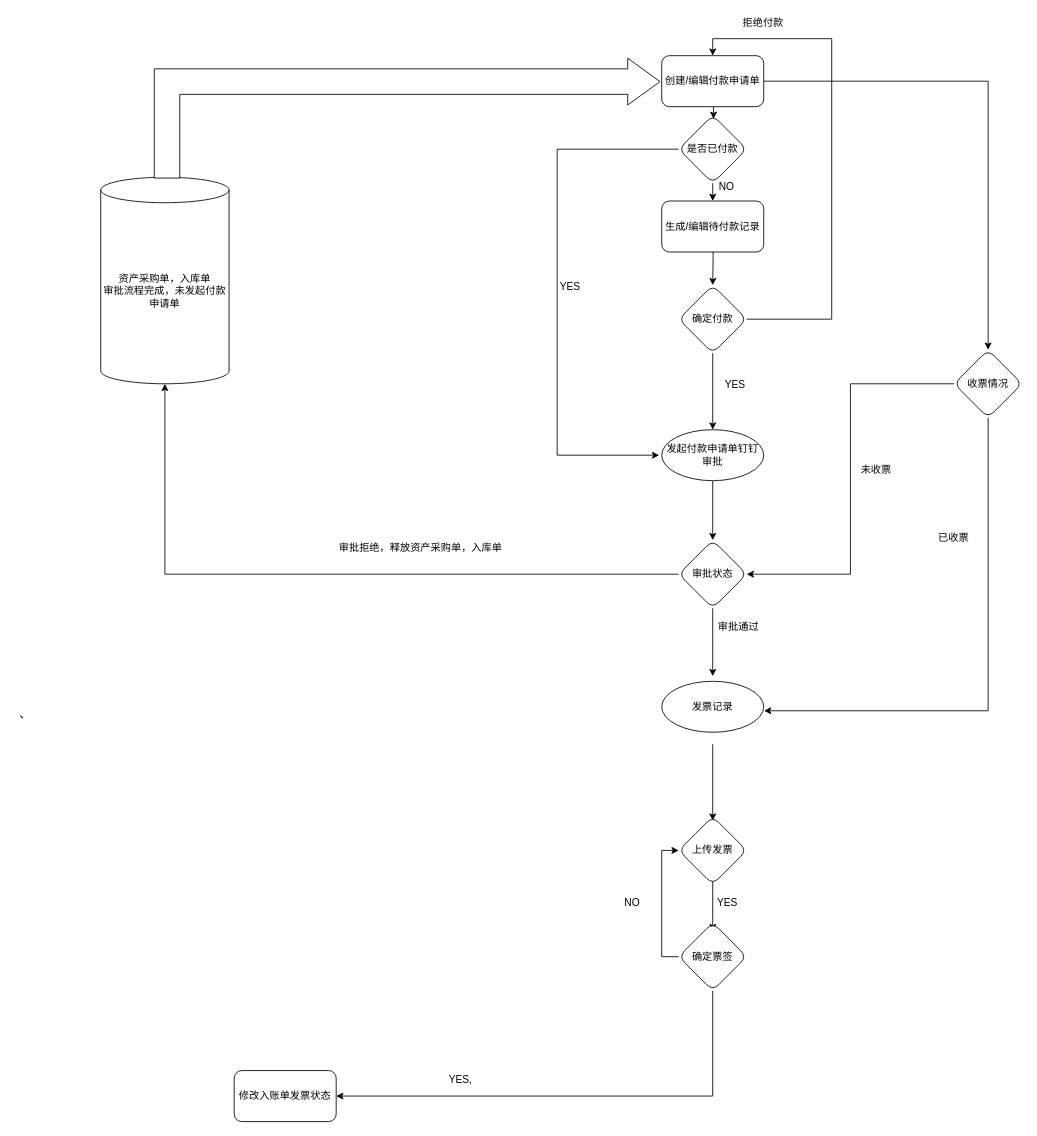
Before: Untitled Diagram.drawio in xuyexiong/aitbot, a draw.io diagram. Source tidied: cells renumbered, new cells numbered last; positions are measured from the earlier drawing's top-left corner, leaving out a move shared by most shapes. Both pictures are drawn from the tidied source at 85%, with x=0, y=0 at pixel (14, 14).
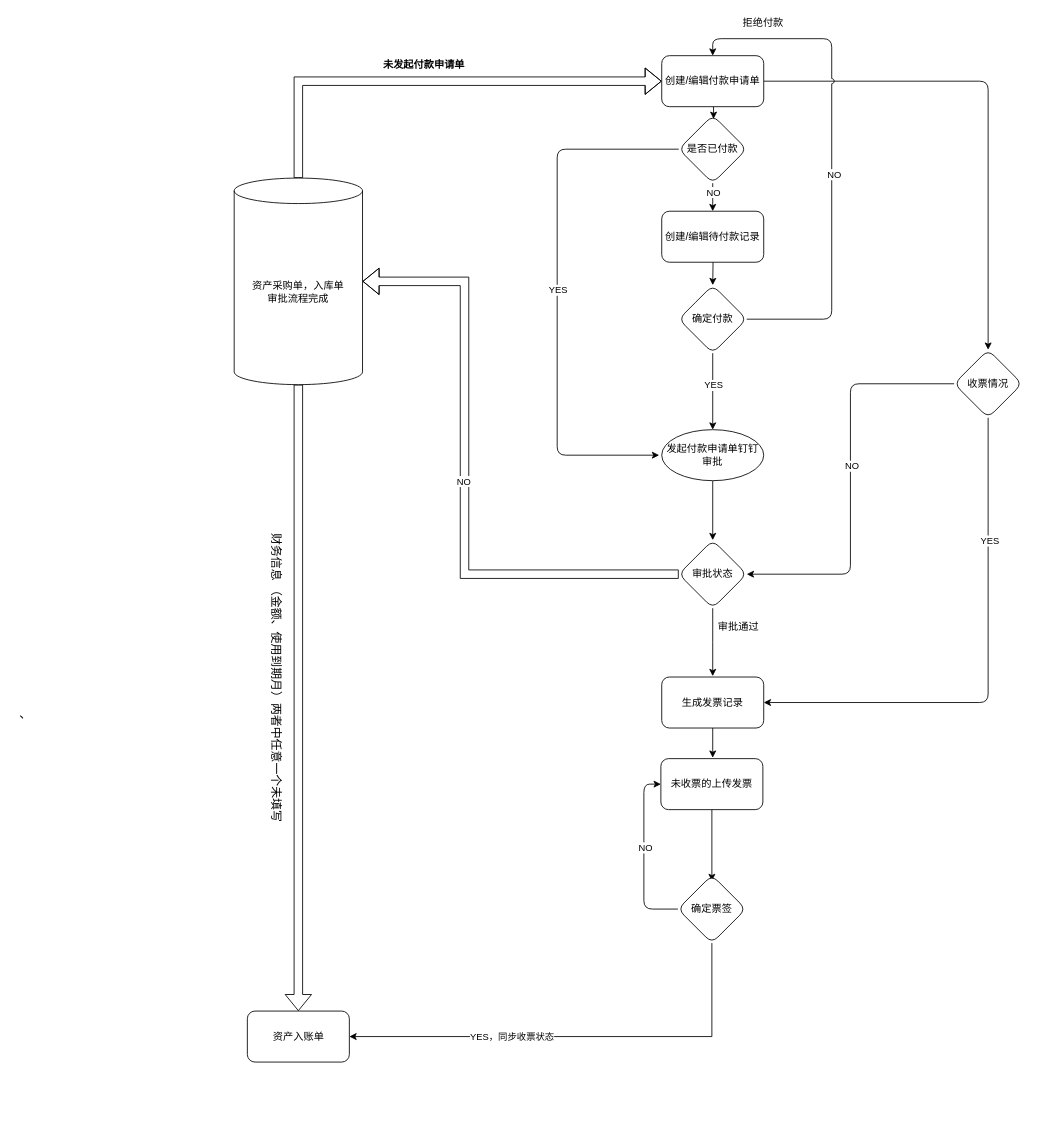
Above is the later version.

The change refers to these unchanged cells:
```xml
<mxCell id="5" value="创建/编辑付款申请单" style="rounded=1;whiteSpace=wrap;html=1;" parent="1" vertex="1">
  <mxGeometry x="761" y="48" width="120" height="60" as="geometry" />
</mxCell>
<mxCell id="7" style="edgeStyle=orthogonalEdgeStyle;rounded=0;jettySize=auto;html=1;" parent="1" edge="1" source="9" target="11">
  <mxGeometry relative="1" as="geometry" />
</mxCell>
<mxCell id="9" value="确定付款" style="rhombus;whiteSpace=wrap;html=1;rounded=1;" parent="1" vertex="1">
  <mxGeometry x="781" y="318" width="80" height="80" as="geometry" />
</mxCell>
<mxCell id="14" value="审批状态" style="rhombus;whiteSpace=wrap;html=1;rounded=1;" parent="1" vertex="1">
  <mxGeometry x="781" y="618" width="80" height="80" as="geometry" />
</mxCell>
<mxCell id="23" value="收票情况" style="rhombus;whiteSpace=wrap;html=1;rounded=1;" parent="1" vertex="1">
  <mxGeometry x="1105" y="394" width="80" height="80" as="geometry" />
</mxCell>
<mxCell id="28" style="edgeStyle=orthogonalEdgeStyle;rounded=0;jettySize=auto;html=1;exitX=0.5;exitY=1;exitDx=0;exitDy=0;entryX=1;entryY=0.5;entryDx=0;entryDy=0;" parent="1" edge="1" source="30" target="40">
  <mxGeometry relative="1" as="geometry" />
</mxCell>
<mxCell id="35" style="edgeStyle=orthogonalEdgeStyle;rounded=0;jettySize=auto;html=1;exitX=0.5;exitY=1;exitDx=0;exitDy=0;entryX=0.5;entryY=0;entryDx=0;entryDy=0;" parent="1" edge="1" source="37" target="32">
  <mxGeometry relative="1" as="geometry" />
</mxCell>
<mxCell id="37" value="是否已付款" style="rhombus;whiteSpace=wrap;html=1;rounded=1;" parent="1" vertex="1">
  <mxGeometry x="781" y="118" width="80" height="80" as="geometry" />
</mxCell>
```

What changed in the source:
```diff
@@
+    <mxCell id="43" style="edgeStyle=orthogonalEdgeStyle;rounded=0;jettySize=auto;html=1;exitX=0.5;exitY=0;exitDx=0;exitDy=0;exitPerimeter=0;entryX=0;entryY=0.5;entryDx=0;entryDy=0;shape=flexArrow;" parent="1" edge="1" source="2" target="5">
+      <mxGeometry relative="1" as="geometry" />
+    </mxCell>
+    <mxCell id="44" value="&lt;span style=&quot;font-size: 12px&quot;&gt;&lt;b&gt;未发起付款申请单&lt;/b&gt;&lt;/span&gt;" style="edgeLabel;html=1;align=center;verticalAlign=middle;" parent="43" vertex="1">
+      <mxGeometry x="-0.1" y="-2" relative="1" as="geometry">
+        <mxPoint x="17" y="-22" as="offset" />
+      </mxGeometry>
+    </mxCell>
+    <mxCell id="45" style="edgeStyle=orthogonalEdgeStyle;rounded=1;jumpStyle=arc;jettySize=auto;html=1;exitX=0.5;exitY=1;exitDx=0;exitDy=0;exitPerimeter=0;fillColor=none;entryX=0.5;entryY=0;entryDx=0;entryDy=0;shape=flexArrow;" parent="1" edge="1" source="2" target="40">
+      <mxGeometry relative="1" as="geometry" />
+    </mxCell>
+    <mxCell id="46" value="&lt;span style=&quot;font-family: &amp;#34;pingfangsc&amp;#34; , &amp;#34;蘋方-簡 標準體&amp;#34; , , sans-serif ; font-size: 14px ; text-align: left&quot;&gt;财务信息 （金额、使用到期月）两者中任意一个未填写&lt;/span&gt;" style="edgeLabel;html=1;align=center;verticalAlign=middle;rotation=90;" parent="45" vertex="1">
+      <mxGeometry x="-0.35" y="-5" relative="1" as="geometry">
+        <mxPoint x="-20" y="104" as="offset" />
+      </mxGeometry>
+    </mxCell>
-    <mxCell id="2" value="资产采购单，入库单&lt;br&gt;审批流程完成，未发起付款申请单" style="shape=cylinder3;whiteSpace=wrap;html=1;boundedLbl=1;backgroundOutline=1;size=15;" parent="1" vertex="1">
-      <mxGeometry x="101" y="191" width="151" height="243" as="geometry" />
+    <mxCell id="2" value="资产采购单，入库单&lt;br&gt;审批流程完成" style="shape=cylinder3;whiteSpace=wrap;html=1;boundedLbl=1;backgroundOutline=1;size=15;" parent="1" vertex="1">
+      <mxGeometry x="258" y="192" width="151" height="243" as="geometry" />
     </mxCell>
-    <mxCell id="3" style="edgeStyle=orthogonalEdgeStyle;rounded=0;jettySize=auto;html=1;" parent="1" edge="1" source="5" target="23">
+    <mxCell id="3" style="edgeStyle=orthogonalEdgeStyle;jettySize=auto;html=1;rounded=1;" parent="1" edge="1" source="5" target="23">
       <mxGeometry relative="1" as="geometry" />
     </mxCell>
@@
+    <mxCell id="47" value="YES" style="edgeLabel;html=1;align=center;verticalAlign=middle;" parent="7" vertex="1">
+      <mxGeometry x="-0.22" y="4" relative="1" as="geometry">
+        <mxPoint x="-4" y="2" as="offset" />
+      </mxGeometry>
+    </mxCell>
-    <mxCell id="8" style="edgeStyle=orthogonalEdgeStyle;rounded=0;jettySize=auto;html=1;exitX=1;exitY=0.5;exitDx=0;exitDy=0;entryX=0.5;entryY=0;entryDx=0;entryDy=0;" parent="1" edge="1" source="9" target="5">
+    <mxCell id="8" style="edgeStyle=orthogonalEdgeStyle;rounded=1;jettySize=auto;html=1;exitX=1;exitY=0.5;exitDx=0;exitDy=0;entryX=0.5;entryY=0;entryDx=0;entryDy=0;jumpStyle=arc;" parent="1" edge="1" source="9" target="5">
       <mxGeometry relative="1" as="geometry">
         <Array as="points">
           <mxPoint x="961" y="358" />
           <mxPoint x="961" y="28" />
           <mxPoint x="821" y="28" />
         </Array>
       </mxGeometry>
     </mxCell>
+    <mxCell id="48" value="NO" style="edgeLabel;html=1;align=center;verticalAlign=middle;" parent="8" vertex="1">
+      <mxGeometry x="-0.08" y="-2" relative="1" as="geometry" />
+    </mxCell>
@@
-    <mxCell id="13" style="edgeStyle=orthogonalEdgeStyle;rounded=0;jettySize=auto;html=1;exitX=0;exitY=0.5;exitDx=0;exitDy=0;" parent="1" edge="1" source="14" target="2">
-      <mxGeometry relative="1" as="geometry" />
+    <mxCell id="13" style="edgeStyle=orthogonalEdgeStyle;rounded=0;jettySize=auto;html=1;exitX=0;exitY=0.5;exitDx=0;exitDy=0;shape=flexArrow;entryX=1;entryY=0.5;entryDx=0;entryDy=0;entryPerimeter=0;fillColor=none;" parent="1" edge="1" source="14" target="2">
+      <mxGeometry relative="1" as="geometry">
+        <Array as="points">
+          <mxPoint x="529" y="658" />
+          <mxPoint x="529" y="313" />
+        </Array>
+      </mxGeometry>
     </mxCell>
+    <mxCell id="49" value="NO" style="edgeLabel;html=1;align=center;verticalAlign=middle;" parent="13" vertex="1">
+      <mxGeometry x="0.01" y="2" relative="1" as="geometry" />
+    </mxCell>
@@
-    <mxCell id="15" style="edgeStyle=orthogonalEdgeStyle;rounded=0;orthogonalLoop=1;jettySize=auto;html=1;" parent="1" edge="1">
-      <mxGeometry relative="1" as="geometry">
-        <mxPoint x="821" y="858" as="sourcePoint" />
-        <mxPoint x="821" y="948" as="targetPoint" />
-      </mxGeometry>
-    </mxCell>
-    <mxCell id="16" style="edgeStyle=orthogonalEdgeStyle;rounded=0;orthogonalLoop=1;jettySize=auto;html=1;" parent="1" edge="1">
-      <mxGeometry relative="1" as="geometry">
-        <mxPoint x="821" y="1008" as="sourcePoint" />
-        <mxPoint x="821" y="1078" as="targetPoint" />
-      </mxGeometry>
-    </mxCell>
-    <mxCell id="17" style="html=1;shadow=0;dashed=0;align=center;verticalAlign=middle;shape=mxgraph.arrows2.bendArrow;dy=15;dx=38;notch=0;arrowHead=55;rounded=0;" parent="1" vertex="1">
-      <mxGeometry x="164" y="51" width="595" height="141" as="geometry" />
-    </mxCell>
-    <mxCell id="18" value="审批拒绝，释放资产采购单，入库单" style="text;html=1;align=center;verticalAlign=middle;strokeColor=none;fillColor=none;" parent="1" vertex="1">
-      <mxGeometry x="376" y="618" width="202" height="18" as="geometry" />
-    </mxCell>
@@
-    <mxCell id="20" value="发票记录" style="ellipse;whiteSpace=wrap;html=1;rounded=1;" parent="1" vertex="1">
-      <mxGeometry x="761" y="784" width="120" height="60" as="geometry" />
-    </mxCell>
-    <mxCell id="21" style="edgeStyle=orthogonalEdgeStyle;rounded=0;jettySize=auto;html=1;exitX=0.5;exitY=1;exitDx=0;exitDy=0;entryX=1.003;entryY=0.578;entryDx=0;entryDy=0;entryPerimeter=0;" parent="1" edge="1" source="23" target="20">
+    <mxCell id="21" style="edgeStyle=orthogonalEdgeStyle;rounded=1;jettySize=auto;html=1;exitX=0.5;exitY=1;exitDx=0;exitDy=0;entryX=1;entryY=0.5;entryDx=0;entryDy=0;" parent="1" edge="1" source="23" target="58">
       <mxGeometry relative="1" as="geometry" />
     </mxCell>
+    <mxCell id="50" value="YES" style="edgeLabel;html=1;align=center;verticalAlign=middle;" parent="21" vertex="1">
+      <mxGeometry x="-0.52" y="1" relative="1" as="geometry" />
+    </mxCell>
-    <mxCell id="22" style="edgeStyle=orthogonalEdgeStyle;rounded=0;jettySize=auto;html=1;exitX=0;exitY=0.5;exitDx=0;exitDy=0;entryX=1;entryY=0.5;entryDx=0;entryDy=0;" parent="1" edge="1" source="23" target="14">
+    <mxCell id="22" style="edgeStyle=orthogonalEdgeStyle;rounded=1;jettySize=auto;html=1;exitX=0;exitY=0.5;exitDx=0;exitDy=0;entryX=1;entryY=0.5;entryDx=0;entryDy=0;" parent="1" edge="1" source="23" target="14">
       <mxGeometry relative="1" as="geometry" />
     </mxCell>
+    <mxCell id="51" value="NO" style="edgeLabel;html=1;align=center;verticalAlign=middle;" parent="22" vertex="1">
+      <mxGeometry x="-0.07" y="1" relative="1" as="geometry" />
+    </mxCell>
@@
-    <mxCell id="24" value="已收票" style="text;html=1;align=center;verticalAlign=middle;strokeColor=none;fillColor=none;" parent="1" vertex="1">
-      <mxGeometry x="1081" y="606" width="46" height="18" as="geometry" />
-    </mxCell>
-    <mxCell id="25" value="未收票" style="text;html=1;align=center;verticalAlign=middle;strokeColor=none;fillColor=none;" parent="1" vertex="1">
-      <mxGeometry x="990" y="527" width="46" height="18" as="geometry" />
-    </mxCell>
-    <mxCell id="26" value="上传发票" style="rhombus;whiteSpace=wrap;html=1;rounded=1;" parent="1" vertex="1">
-      <mxGeometry x="781" y="943" width="80" height="80" as="geometry" />
-    </mxCell>
-    <mxCell id="27" value="YES" style="text;html=1;align=center;verticalAlign=middle;strokeColor=none;fillColor=none;" parent="1" vertex="1">
-      <mxGeometry x="821" y="1036" width="34" height="18" as="geometry" />
-    </mxCell>
+    <mxCell id="52" style="edgeStyle=orthogonalEdgeStyle;rounded=0;jettySize=auto;html=1;exitX=0.5;exitY=1;exitDx=0;exitDy=0;entryX=0.5;entryY=0.088;entryDx=0;entryDy=0;entryPerimeter=0;" parent="1" edge="1" source="59" target="30">
+      <mxGeometry relative="1" as="geometry" />
+    </mxCell>
@@
+    <mxCell id="53" value="YES，同步收票状态" style="edgeLabel;html=1;align=center;verticalAlign=middle;" parent="28" vertex="1">
+      <mxGeometry x="0.29" y="-1" relative="1" as="geometry" />
+    </mxCell>
-    <mxCell id="29" style="edgeStyle=orthogonalEdgeStyle;rounded=0;jettySize=auto;html=1;exitX=0;exitY=0.5;exitDx=0;exitDy=0;entryX=0;entryY=0.5;entryDx=0;entryDy=0;" parent="1" edge="1" source="30" target="26">
+    <mxCell id="29" style="edgeStyle=orthogonalEdgeStyle;rounded=1;jettySize=auto;html=1;exitX=0;exitY=0.5;exitDx=0;exitDy=0;entryX=0;entryY=0.5;entryDx=0;entryDy=0;" parent="1" edge="1" source="30" target="59">
       <mxGeometry relative="1" as="geometry" />
     </mxCell>
+    <mxCell id="54" value="NO" style="edgeLabel;html=1;align=center;verticalAlign=middle;" parent="29" vertex="1">
+      <mxGeometry x="0.09" y="-1" relative="1" as="geometry" />
+    </mxCell>
     <mxCell id="30" value="确定票签" style="rhombus;whiteSpace=wrap;html=1;rounded=1;" parent="1" vertex="1">
-      <mxGeometry x="781" y="1068" width="80" height="80" as="geometry" />
+      <mxGeometry x="780" y="1012" width="80" height="80" as="geometry" />
     </mxCell>
-    <mxCell id="31" value="NO" style="text;html=1;align=center;verticalAlign=middle;strokeColor=none;fillColor=none;" parent="1" vertex="1">
-      <mxGeometry x="712" y="1036" width="28" height="18" as="geometry" />
-    </mxCell>
-    <mxCell id="32" value="生成/编辑待付款记录" style="rounded=1;whiteSpace=wrap;html=1;" parent="1" vertex="1">
-      <mxGeometry x="761" y="219" width="120" height="60" as="geometry" />
+    <mxCell id="32" value="创建/编辑待付款记录" style="rounded=1;whiteSpace=wrap;html=1;" parent="1" vertex="1">
+      <mxGeometry x="761" y="231" width="120" height="60" as="geometry" />
     </mxCell>
-    <mxCell id="33" value="YES" style="text;html=1;align=center;verticalAlign=middle;strokeColor=none;fillColor=none;" parent="1" vertex="1">
-      <mxGeometry x="830" y="427" width="34" height="18" as="geometry" />
-    </mxCell>
@@
+    <mxCell id="55" value="NO" style="edgeLabel;html=1;align=center;verticalAlign=middle;" parent="35" vertex="1">
+      <mxGeometry x="-0.39" relative="1" as="geometry" />
+    </mxCell>
-    <mxCell id="36" style="edgeStyle=orthogonalEdgeStyle;rounded=0;jettySize=auto;html=1;exitX=0;exitY=0.5;exitDx=0;exitDy=0;" parent="1" edge="1" source="37">
+    <mxCell id="36" style="edgeStyle=orthogonalEdgeStyle;rounded=1;jettySize=auto;html=1;exitX=0;exitY=0.5;exitDx=0;exitDy=0;" parent="1" edge="1" source="37">
       <mxGeometry relative="1" as="geometry">
         <mxPoint x="758" y="518" as="targetPoint" />
         <Array as="points">
           <mxPoint x="638" y="158" />
           <mxPoint x="638" y="518" />
         </Array>
       </mxGeometry>
     </mxCell>
+    <mxCell id="56" value="YES" style="edgeLabel;html=1;align=center;verticalAlign=middle;" parent="36" vertex="1">
+      <mxGeometry x="-0.01" relative="1" as="geometry" />
+    </mxCell>
@@
-    <mxCell id="38" value="YES" style="text;html=1;align=center;verticalAlign=middle;strokeColor=none;fillColor=none;" parent="1" vertex="1">
-      <mxGeometry x="636" y="311" width="34" height="18" as="geometry" />
-    </mxCell>
-    <mxCell id="39" value="NO" style="text;html=1;align=center;verticalAlign=middle;strokeColor=none;fillColor=none;" parent="1" vertex="1">
-      <mxGeometry x="823" y="194" width="28" height="18" as="geometry" />
-    </mxCell>
-    <mxCell id="40" value="修改入账单发票状态" style="whiteSpace=wrap;html=1;rounded=1;" parent="1" vertex="1">
-      <mxGeometry x="258" y="1242" width="120" height="60" as="geometry" />
+    <mxCell id="40" value="资产入账单" style="whiteSpace=wrap;html=1;rounded=1;" parent="1" vertex="1">
+      <mxGeometry x="273.5" y="1172" width="120" height="60" as="geometry" />
     </mxCell>
-    <mxCell id="41" value="YES," style="text;html=1;align=center;verticalAlign=middle;strokeColor=none;fillColor=none;" parent="1" vertex="1">
-      <mxGeometry x="505" y="1244" width="38" height="18" as="geometry" />
-    </mxCell>
@@
+    <mxCell id="57" style="edgeStyle=orthogonalEdgeStyle;rounded=0;jettySize=auto;html=1;exitX=0.5;exitY=1;exitDx=0;exitDy=0;entryX=0.5;entryY=0;entryDx=0;entryDy=0;" parent="1" edge="1" source="58">
+      <mxGeometry relative="1" as="geometry">
+        <mxPoint x="821" y="874" as="targetPoint" />
+      </mxGeometry>
+    </mxCell>
+    <mxCell id="58" value="生成发票记录" style="rounded=1;whiteSpace=wrap;html=1;" parent="1" vertex="1">
+      <mxGeometry x="761" y="779" width="120" height="60" as="geometry" />
+    </mxCell>
+    <mxCell id="59" value="未收票的上传发票" style="rounded=1;whiteSpace=wrap;html=1;" parent="1" vertex="1">
+      <mxGeometry x="760" y="875" width="120" height="60" as="geometry" />
+    </mxCell>
```
